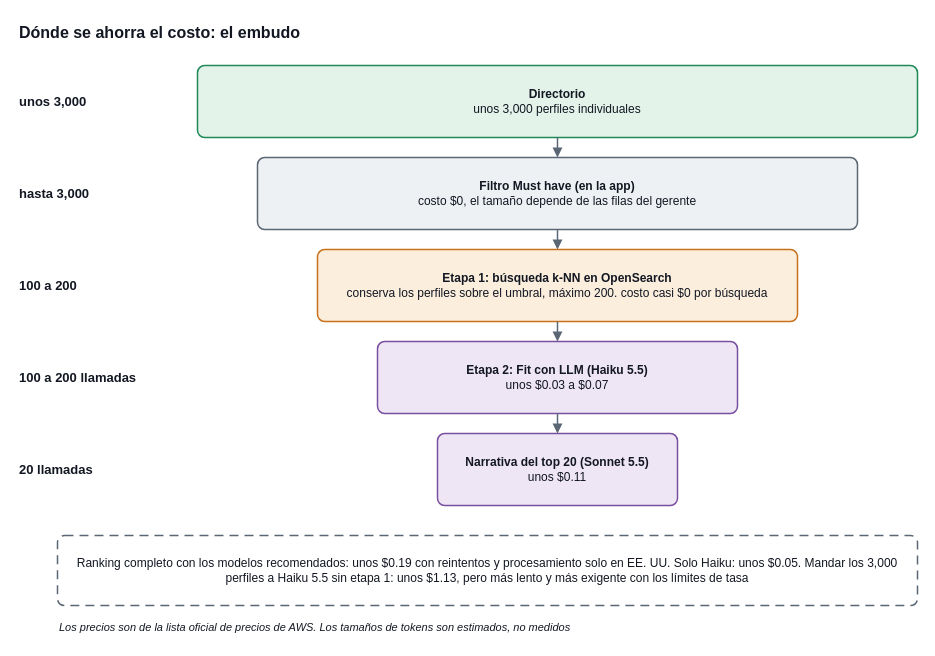
Earlier version of the draw.io diagram loop8/docs/architecture/diagrams/funnel.es.drawio (benjiholzman/mavenscout). Source tidied: cells renumbered, new cells numbered last; positions are measured from the earlier drawing's top-left corner, leaving out a move shared by most shapes. Both pictures are drawn from the tidied source at 100%, with x=0, y=0 at pixel (17, 17).
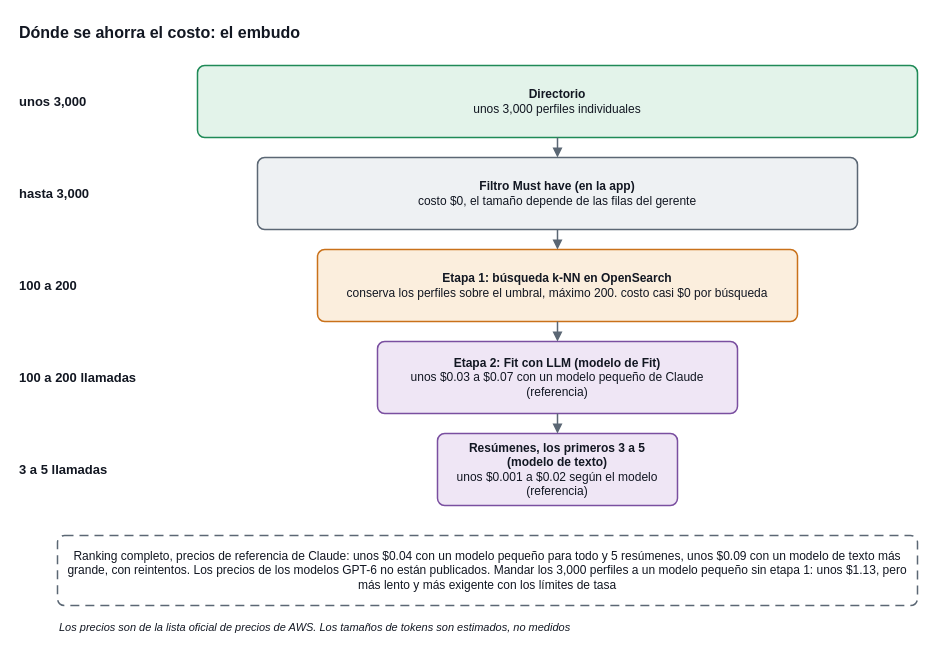
The same page after the edit.

Change to the diagram source:
```diff
@@
 <mxGraphModel background="#ffffff">
   <root>
     <mxCell id="0" />
     <mxCell id="1" parent="0" />
     <mxCell id="2" value="&lt;b&gt;Dónde se ahorra el costo: el embudo&lt;/b&gt;" style="text;html=1;whiteSpace=wrap;fontSize=16;align=left;verticalAlign=middle;fontColor=#121722;" parent="1" vertex="1">
       <mxGeometry width="600" height="30" as="geometry" />
     </mxCell>
     <mxCell id="3" value="&lt;b&gt;Directorio&lt;/b&gt;&lt;br&gt;unos 3,000 perfiles individuales" style="rounded=1;arcSize=10;whiteSpace=wrap;html=1;fillColor=#e3f3ea;strokeColor=#1f8a57;fontColor=#121722;fontSize=12;strokeWidth=1.5;align=center;verticalAlign=middle;spacingLeft=8;spacingRight=8;" parent="1" vertex="1">
       <mxGeometry x="180" y="48" width="720" height="72" as="geometry" />
     </mxCell>
     <mxCell id="4" value="&lt;b&gt;unos 3,000&lt;/b&gt;" style="text;html=1;whiteSpace=wrap;fontSize=13;align=left;verticalAlign=middle;fontColor=#121722;" parent="1" vertex="1">
       <mxGeometry y="48" width="150" height="72" as="geometry" />
     </mxCell>
     <mxCell id="5" value="&lt;b&gt;Filtro Must have (en la app)&lt;/b&gt;&lt;br&gt;costo $0, el tamaño depende de las filas del gerente" style="rounded=1;arcSize=10;whiteSpace=wrap;html=1;fillColor=#eef1f3;strokeColor=#5b6774;fontColor=#121722;fontSize=12;strokeWidth=1.5;align=center;verticalAlign=middle;spacingLeft=8;spacingRight=8;" parent="1" vertex="1">
       <mxGeometry x="240" y="140" width="600" height="72" as="geometry" />
     </mxCell>
     <mxCell id="6" value="&lt;b&gt;hasta 3,000&lt;/b&gt;" style="text;html=1;whiteSpace=wrap;fontSize=13;align=left;verticalAlign=middle;fontColor=#121722;" parent="1" vertex="1">
       <mxGeometry y="140" width="150" height="72" as="geometry" />
     </mxCell>
     <mxCell id="7" value="&lt;b&gt;Etapa 1: búsqueda k-NN en OpenSearch&lt;/b&gt;&lt;br&gt;conserva los perfiles sobre el umbral, máximo 200. costo casi $0 por búsqueda" style="rounded=1;arcSize=10;whiteSpace=wrap;html=1;fillColor=#fbeedd;strokeColor=#c9711a;fontColor=#121722;fontSize=12;strokeWidth=1.5;align=center;verticalAlign=middle;spacingLeft=8;spacingRight=8;" parent="1" vertex="1">
       <mxGeometry x="300" y="232" width="480" height="72" as="geometry" />
     </mxCell>
     <mxCell id="8" value="&lt;b&gt;100 a 200&lt;/b&gt;" style="text;html=1;whiteSpace=wrap;fontSize=13;align=left;verticalAlign=middle;fontColor=#121722;" parent="1" vertex="1">
       <mxGeometry y="232" width="150" height="72" as="geometry" />
     </mxCell>
-    <mxCell id="9" value="&lt;b&gt;Etapa 2: Fit con LLM (Haiku 5.5)&lt;/b&gt;&lt;br&gt;unos $0.03 a $0.07" style="rounded=1;arcSize=10;whiteSpace=wrap;html=1;fillColor=#efe6f5;strokeColor=#7a4fa0;fontColor=#121722;fontSize=12;strokeWidth=1.5;align=center;verticalAlign=middle;spacingLeft=8;spacingRight=8;" parent="1" vertex="1">
+    <mxCell id="9" value="&lt;b&gt;Etapa 2: Fit con LLM (modelo de Fit)&lt;/b&gt;&lt;br&gt;unos $0.03 a $0.07 con un modelo pequeño de Claude (referencia)" style="rounded=1;arcSize=10;whiteSpace=wrap;html=1;fillColor=#efe6f5;strokeColor=#7a4fa0;fontColor=#121722;fontSize=12;strokeWidth=1.5;align=center;verticalAlign=middle;spacingLeft=8;spacingRight=8;" parent="1" vertex="1">
       <mxGeometry x="360" y="324" width="360" height="72" as="geometry" />
     </mxCell>
     <mxCell id="10" value="&lt;b&gt;100 a 200 llamadas&lt;/b&gt;" style="text;html=1;whiteSpace=wrap;fontSize=13;align=left;verticalAlign=middle;fontColor=#121722;" parent="1" vertex="1">
       <mxGeometry y="324" width="150" height="72" as="geometry" />
     </mxCell>
-    <mxCell id="11" value="&lt;b&gt;Narrativa del top 20 (Sonnet 5.5)&lt;/b&gt;&lt;br&gt;unos $0.11" style="rounded=1;arcSize=10;whiteSpace=wrap;html=1;fillColor=#efe6f5;strokeColor=#7a4fa0;fontColor=#121722;fontSize=12;strokeWidth=1.5;align=center;verticalAlign=middle;spacingLeft=8;spacingRight=8;" parent="1" vertex="1">
+    <mxCell id="11" value="&lt;b&gt;Resúmenes, los primeros 3 a 5 (modelo de texto)&lt;/b&gt;&lt;br&gt;unos $0.001 a $0.02 según el modelo (referencia)" style="rounded=1;arcSize=10;whiteSpace=wrap;html=1;fillColor=#efe6f5;strokeColor=#7a4fa0;fontColor=#121722;fontSize=12;strokeWidth=1.5;align=center;verticalAlign=middle;spacingLeft=8;spacingRight=8;" parent="1" vertex="1">
       <mxGeometry x="420" y="416" width="240" height="72" as="geometry" />
     </mxCell>
-    <mxCell id="12" value="&lt;b&gt;20 llamadas&lt;/b&gt;" style="text;html=1;whiteSpace=wrap;fontSize=13;align=left;verticalAlign=middle;fontColor=#121722;" parent="1" vertex="1">
+    <mxCell id="12" value="&lt;b&gt;3 a 5 llamadas&lt;/b&gt;" style="text;html=1;whiteSpace=wrap;fontSize=13;align=left;verticalAlign=middle;fontColor=#121722;" parent="1" vertex="1">
       <mxGeometry y="416" width="150" height="72" as="geometry" />
     </mxCell>
-    <mxCell id="13" value="Ranking completo con los modelos recomendados: unos $0.19 con reintentos y procesamiento solo en EE. UU. Solo Haiku: unos $0.05. Mandar los 3,000 perfiles a Haiku 5.5 sin etapa 1: unos $1.13, pero más lento y más exigente con los límites de tasa" style="rounded=1;arcSize=10;whiteSpace=wrap;html=1;fillColor=#ffffff;strokeColor=#5b6774;fontColor=#121722;fontSize=12;strokeWidth=1.5;align=center;verticalAlign=middle;spacingLeft=8;spacingRight=8;dashed=1;dashPattern=6 4;" parent="1" vertex="1">
+    <mxCell id="13" value="Ranking completo, precios de referencia de Claude: unos $0.04 con un modelo pequeño para todo y 5 resúmenes, unos $0.09 con un modelo de texto más grande, con reintentos. Los precios de los modelos GPT-6 no están publicados. Mandar los 3,000 perfiles a un modelo pequeño sin etapa 1: unos $1.13, pero más lento y más exigente con los límites de tasa" style="rounded=1;arcSize=10;whiteSpace=wrap;html=1;fillColor=#ffffff;strokeColor=#5b6774;fontColor=#121722;fontSize=12;strokeWidth=1.5;align=center;verticalAlign=middle;spacingLeft=8;spacingRight=8;dashed=1;dashPattern=6 4;" parent="1" vertex="1">
       <mxGeometry x="40" y="518" width="860" height="70" as="geometry" />
     </mxCell>
     <mxCell id="14" value="&lt;i&gt;Los precios son de la lista oficial de precios de AWS. Los tamaños de tokens son estimados, no medidos&lt;/i&gt;" style="text;html=1;whiteSpace=wrap;fontSize=11;align=left;verticalAlign=middle;fontColor=#121722;" parent="1" vertex="1">
       <mxGeometry x="40" y="598" width="860" height="24" as="geometry" />
     </mxCell>
     <mxCell id="15" style="edgeStyle=orthogonalEdgeStyle;rounded=1;html=1;endArrow=block;endFill=1;strokeColor=#5b6774;strokeWidth=1.5;fontSize=11;fontColor=#121722;labelBackgroundColor=#ffffff;" parent="1" edge="1" source="3" target="5">
       <mxGeometry relative="1" as="geometry" />
     </mxCell>
     <mxCell id="16" style="edgeStyle=orthogonalEdgeStyle;rounded=1;html=1;endArrow=block;endFill=1;strokeColor=#5b6774;strokeWidth=1.5;fontSize=11;fontColor=#121722;labelBackgroundColor=#ffffff;" parent="1" edge="1" source="5" target="7">
       <mxGeometry relative="1" as="geometry" />
     </mxCell>
     <mxCell id="17" style="edgeStyle=orthogonalEdgeStyle;rounded=1;html=1;endArrow=block;endFill=1;strokeColor=#5b6774;strokeWidth=1.5;fontSize=11;fontColor=#121722;labelBackgroundColor=#ffffff;" parent="1" edge="1" source="7" target="9">
       <mxGeometry relative="1" as="geometry" />
     </mxCell>
     <mxCell id="18" style="edgeStyle=orthogonalEdgeStyle;rounded=1;html=1;endArrow=block;endFill=1;strokeColor=#5b6774;strokeWidth=1.5;fontSize=11;fontColor=#121722;labelBackgroundColor=#ffffff;" parent="1" edge="1" source="9" target="11">
       <mxGeometry relative="1" as="geometry" />
     </mxCell>
   </root>
 </mxGraphModel>
```
